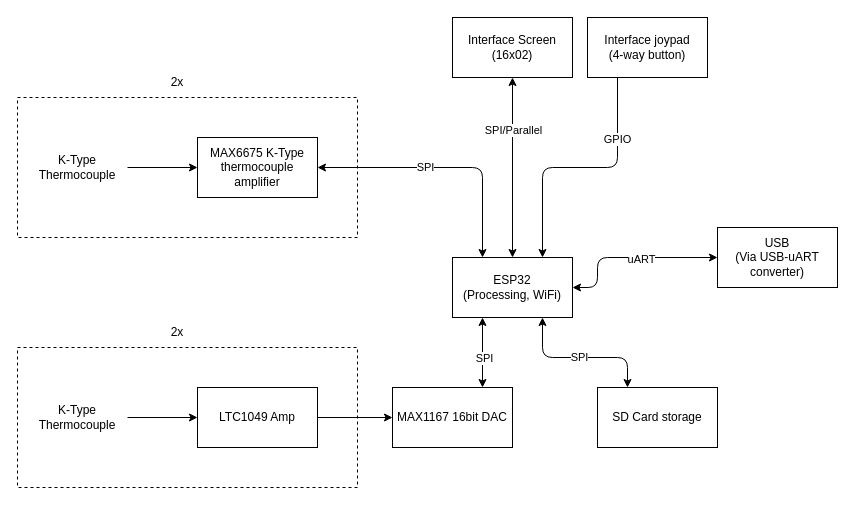
Before: development/blockDiagram.drawio in fred-corp/EG4L-ThermoLogger, a draw.io diagram. Source tidied: cells renumbered, new cells numbered last; positions are measured from the earlier drawing's top-left corner, leaving out a move shared by most shapes. Both pictures are drawn from the tidied source at 100%, with x=0, y=0 at pixel (17, 17).
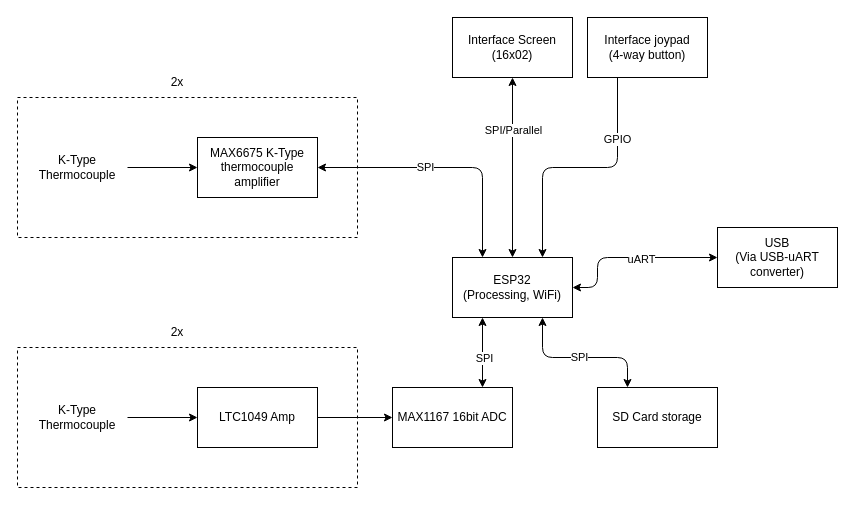
After the change.

The edit, as a diff of the source:
```diff
@@
-    <mxCell id="18" value="MAX1167 16bit DAC" style="rounded=0;whiteSpace=wrap;html=1;" parent="1" vertex="1">
+    <mxCell id="18" value="MAX1167 16bit ADC" style="rounded=0;whiteSpace=wrap;html=1;" parent="1" vertex="1">
       <mxGeometry x="375" y="370" width="120" height="60" as="geometry" />
     </mxCell>
```
